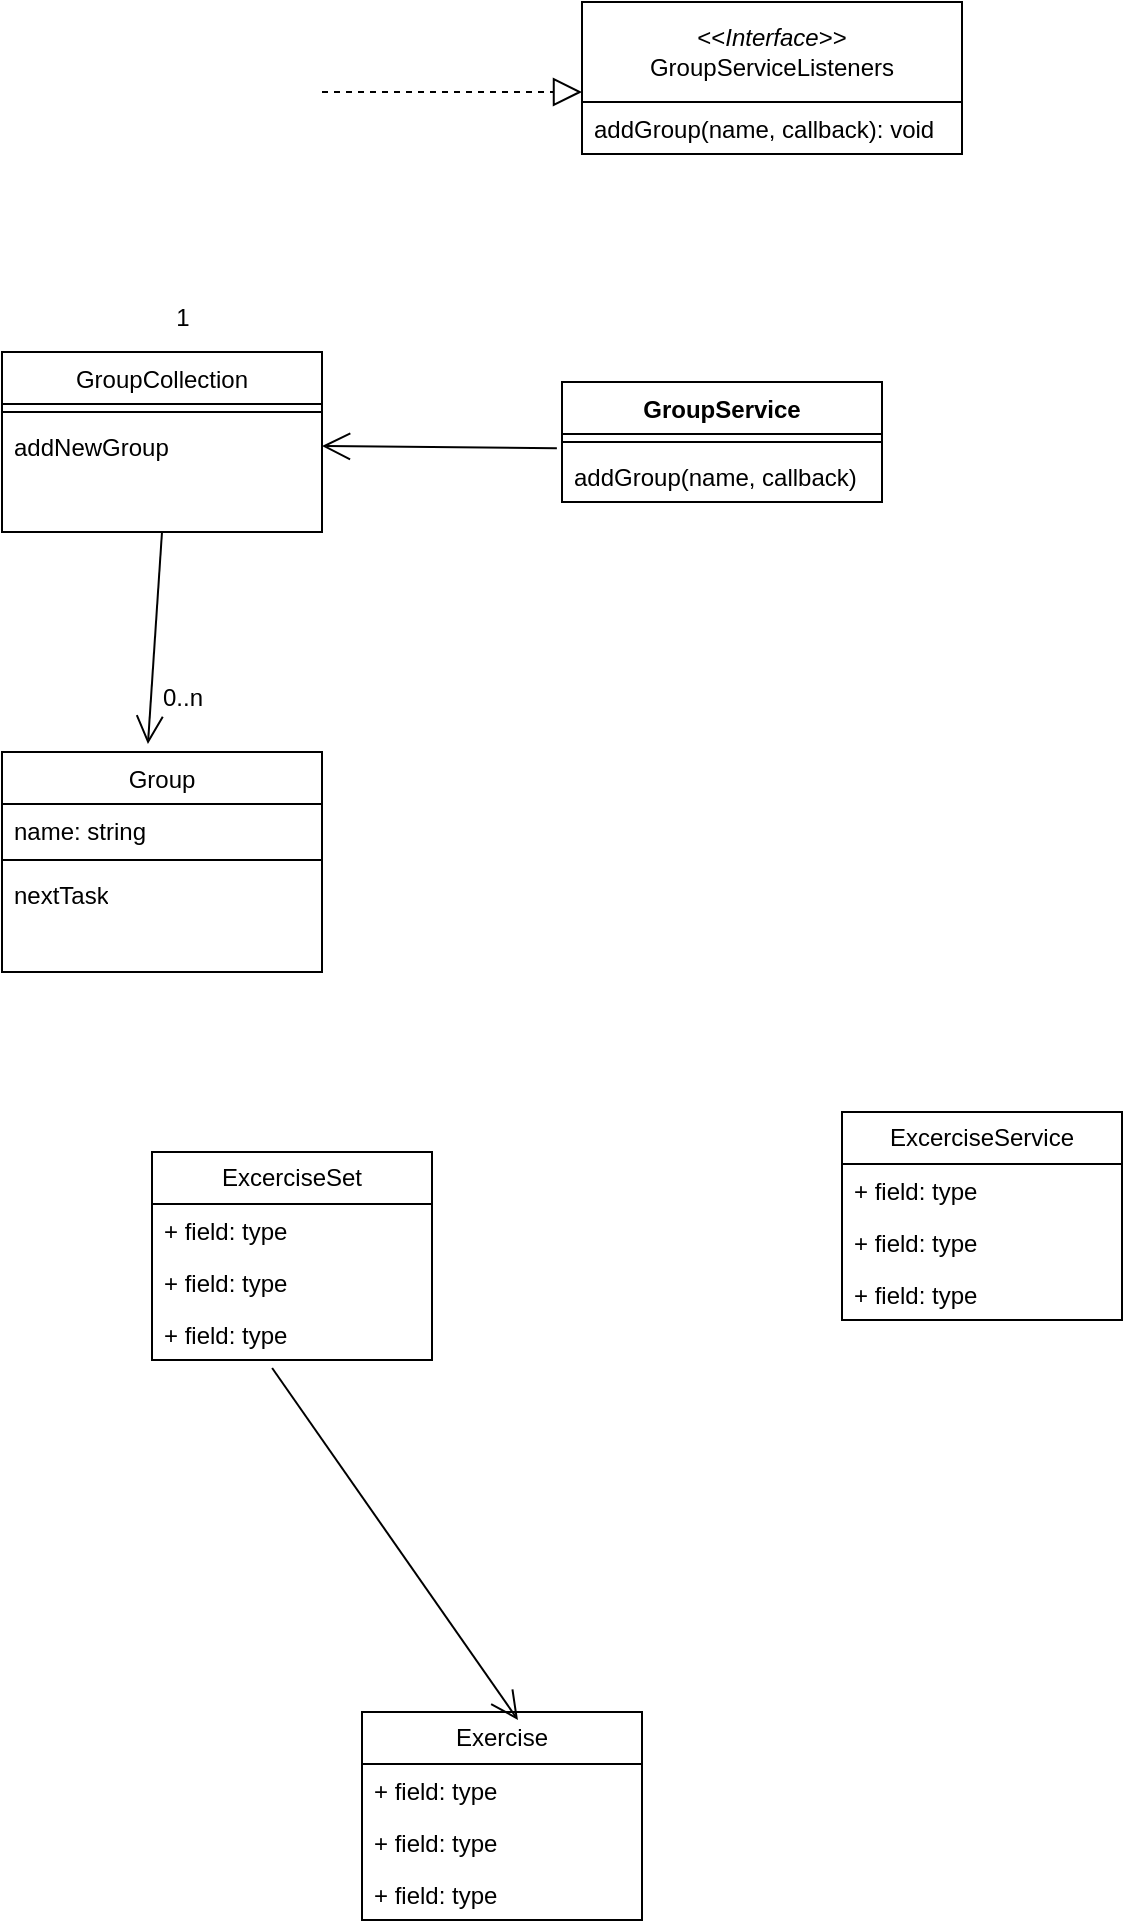
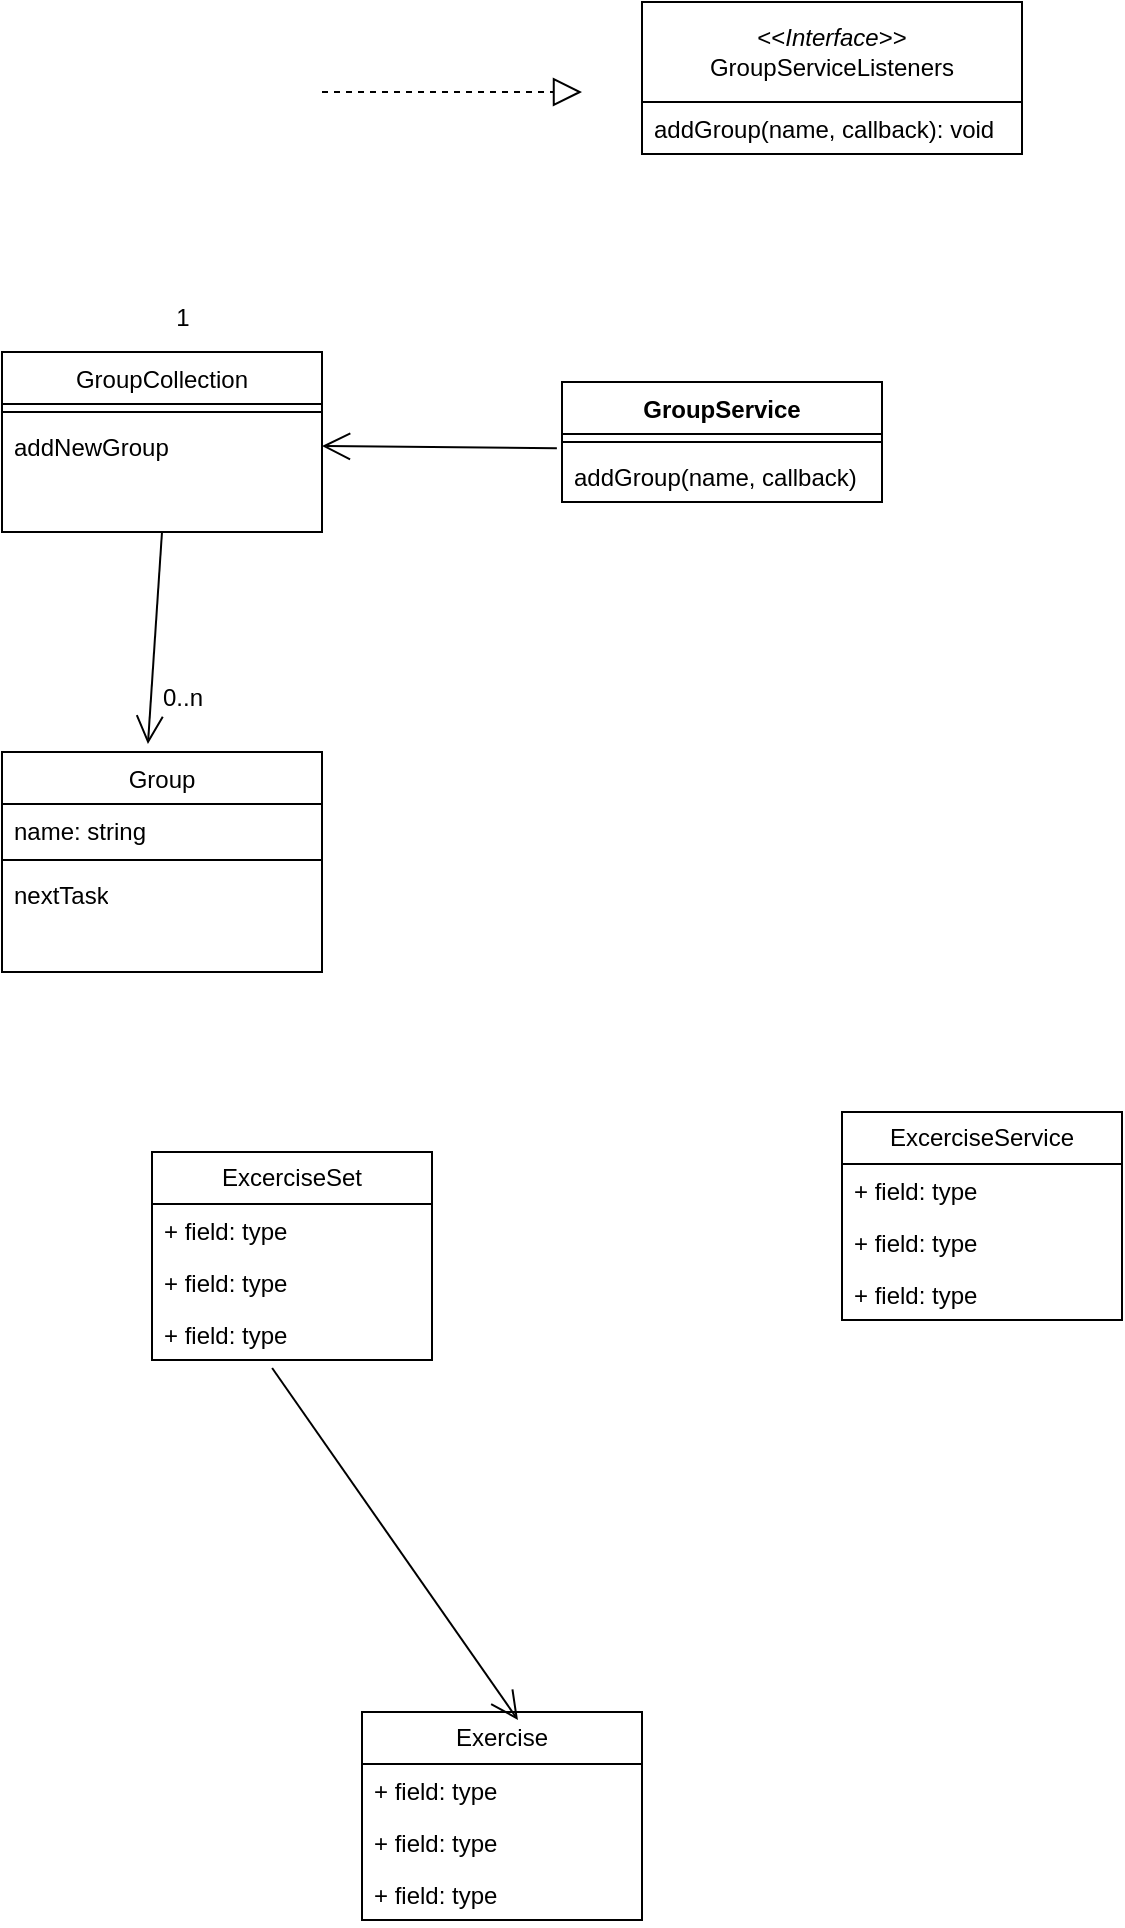
<mxfile host="app.diagrams.net" agent="Mozilla/5.0 (Windows NT 10.0; Win64; x64; rv:133.0) Gecko/20100101 Firefox/133.0" version="25.0.3">
  <diagram id="C5RBs43oDa-KdzZeNtuy" name="Page-1">
    <mxGraphModel dx="1134" dy="659" grid="1" gridSize="10" guides="1" tooltips="1" connect="1" arrows="1" fold="1" page="1" pageScale="1" pageWidth="827" pageHeight="1169" math="0" shadow="0">
      <root>
        <mxCell id="WIyWlLk6GJQsqaUBKTNV-0" />
        <mxCell id="WIyWlLk6GJQsqaUBKTNV-1" parent="WIyWlLk6GJQsqaUBKTNV-0" />
        <mxCell id="zkfFHV4jXpPFQw0GAbJ--6" value="GroupCollection" style="swimlane;fontStyle=0;align=center;verticalAlign=top;childLayout=stackLayout;horizontal=1;startSize=26;horizontalStack=0;resizeParent=1;resizeLast=0;collapsible=1;marginBottom=0;rounded=0;shadow=0;strokeWidth=1;" parent="WIyWlLk6GJQsqaUBKTNV-1" vertex="1">
          <mxGeometry x="80" y="220" width="160" height="90" as="geometry">
            <mxRectangle x="130" y="380" width="160" height="26" as="alternateBounds" />
          </mxGeometry>
        </mxCell>
        <mxCell id="zkfFHV4jXpPFQw0GAbJ--9" value="" style="line;html=1;strokeWidth=1;align=left;verticalAlign=middle;spacingTop=-1;spacingLeft=3;spacingRight=3;rotatable=0;labelPosition=right;points=[];portConstraint=eastwest;" parent="zkfFHV4jXpPFQw0GAbJ--6" vertex="1">
          <mxGeometry y="26" width="160" height="8" as="geometry" />
        </mxCell>
        <mxCell id="zkfFHV4jXpPFQw0GAbJ--10" value="addNewGroup" style="text;align=left;verticalAlign=top;spacingLeft=4;spacingRight=4;overflow=hidden;rotatable=0;points=[[0,0.5],[1,0.5]];portConstraint=eastwest;fontStyle=0" parent="zkfFHV4jXpPFQw0GAbJ--6" vertex="1">
          <mxGeometry y="34" width="160" height="26" as="geometry" />
        </mxCell>
        <mxCell id="zkfFHV4jXpPFQw0GAbJ--13" value="Group" style="swimlane;fontStyle=0;align=center;verticalAlign=top;childLayout=stackLayout;horizontal=1;startSize=26;horizontalStack=0;resizeParent=1;resizeLast=0;collapsible=1;marginBottom=0;rounded=0;shadow=0;strokeWidth=1;" parent="WIyWlLk6GJQsqaUBKTNV-1" vertex="1">
          <mxGeometry x="80" y="420" width="160" height="110" as="geometry">
            <mxRectangle x="340" y="380" width="170" height="26" as="alternateBounds" />
          </mxGeometry>
        </mxCell>
        <mxCell id="zkfFHV4jXpPFQw0GAbJ--14" value="name: string" style="text;align=left;verticalAlign=top;spacingLeft=4;spacingRight=4;overflow=hidden;rotatable=0;points=[[0,0.5],[1,0.5]];portConstraint=eastwest;" parent="zkfFHV4jXpPFQw0GAbJ--13" vertex="1">
          <mxGeometry y="26" width="160" height="24" as="geometry" />
        </mxCell>
        <mxCell id="zkfFHV4jXpPFQw0GAbJ--15" value="" style="line;html=1;strokeWidth=1;align=left;verticalAlign=middle;spacingTop=-1;spacingLeft=3;spacingRight=3;rotatable=0;labelPosition=right;points=[];portConstraint=eastwest;" parent="zkfFHV4jXpPFQw0GAbJ--13" vertex="1">
          <mxGeometry y="50" width="160" height="8" as="geometry" />
        </mxCell>
        <mxCell id="2PPdx7-YqYG3QhNQI_HN-9" value="nextTask" style="text;strokeColor=none;fillColor=none;align=left;verticalAlign=top;spacingLeft=4;spacingRight=4;overflow=hidden;rotatable=0;points=[[0,0.5],[1,0.5]];portConstraint=eastwest;whiteSpace=wrap;html=1;" parent="zkfFHV4jXpPFQw0GAbJ--13" vertex="1">
          <mxGeometry y="58" width="160" height="26" as="geometry" />
        </mxCell>
        <mxCell id="2PPdx7-YqYG3QhNQI_HN-14" value="GroupService" style="swimlane;fontStyle=1;align=center;verticalAlign=top;childLayout=stackLayout;horizontal=1;startSize=26;horizontalStack=0;resizeParent=1;resizeParentMax=0;resizeLast=0;collapsible=1;marginBottom=0;whiteSpace=wrap;html=1;" parent="WIyWlLk6GJQsqaUBKTNV-1" vertex="1">
          <mxGeometry x="360" y="235" width="160" height="60" as="geometry" />
        </mxCell>
        <mxCell id="2PPdx7-YqYG3QhNQI_HN-16" value="" style="line;strokeWidth=1;fillColor=none;align=left;verticalAlign=middle;spacingTop=-1;spacingLeft=3;spacingRight=3;rotatable=0;labelPosition=right;points=[];portConstraint=eastwest;strokeColor=inherit;" parent="2PPdx7-YqYG3QhNQI_HN-14" vertex="1">
          <mxGeometry y="26" width="160" height="8" as="geometry" />
        </mxCell>
        <mxCell id="2PPdx7-YqYG3QhNQI_HN-17" value="addGroup(name, callback)" style="text;strokeColor=none;fillColor=none;align=left;verticalAlign=top;spacingLeft=4;spacingRight=4;overflow=hidden;rotatable=0;points=[[0,0.5],[1,0.5]];portConstraint=eastwest;whiteSpace=wrap;html=1;" parent="2PPdx7-YqYG3QhNQI_HN-14" vertex="1">
          <mxGeometry y="34" width="160" height="26" as="geometry" />
        </mxCell>
        <mxCell id="2PPdx7-YqYG3QhNQI_HN-24" value="&lt;div&gt;&amp;lt;&amp;lt;&lt;i&gt;Interface&lt;/i&gt;&amp;gt;&amp;gt;&lt;br&gt;&lt;/div&gt;&lt;div&gt;GroupServiceListeners&lt;/div&gt;" style="swimlane;fontStyle=0;childLayout=stackLayout;horizontal=1;startSize=50;fillColor=none;horizontalStack=0;resizeParent=1;resizeParentMax=0;resizeLast=0;collapsible=1;marginBottom=0;whiteSpace=wrap;html=1;" parent="WIyWlLk6GJQsqaUBKTNV-1" vertex="1">
-           <mxGeometry x="370" y="45" width="190" height="76" as="geometry" />
+           <mxGeometry x="400" y="45" width="190" height="76" as="geometry" />
        </mxCell>
        <mxCell id="2PPdx7-YqYG3QhNQI_HN-28" value="addGroup(name, callback): void" style="text;strokeColor=none;fillColor=none;align=left;verticalAlign=top;spacingLeft=4;spacingRight=4;overflow=hidden;rotatable=0;points=[[0,0.5],[1,0.5]];portConstraint=eastwest;whiteSpace=wrap;html=1;" parent="2PPdx7-YqYG3QhNQI_HN-24" vertex="1">
          <mxGeometry y="50" width="190" height="26" as="geometry" />
        </mxCell>
        <mxCell id="2PPdx7-YqYG3QhNQI_HN-29" value="" style="endArrow=block;dashed=1;endFill=0;endSize=12;html=1;rounded=0;" parent="WIyWlLk6GJQsqaUBKTNV-1" edge="1">
          <mxGeometry width="160" relative="1" as="geometry">
            <mxPoint x="240" y="90" as="sourcePoint" />
            <mxPoint x="370" y="90" as="targetPoint" />
          </mxGeometry>
        </mxCell>
        <mxCell id="V3XAilx2oiw2KiiHJ0iP-2" value="1" style="text;html=1;align=center;verticalAlign=middle;resizable=0;points=[];autosize=1;strokeColor=none;fillColor=none;" vertex="1" parent="WIyWlLk6GJQsqaUBKTNV-1">
          <mxGeometry x="155" y="188" width="30" height="30" as="geometry" />
        </mxCell>
        <mxCell id="V3XAilx2oiw2KiiHJ0iP-3" value="" style="endArrow=open;endFill=1;endSize=12;html=1;rounded=0;exitX=0.5;exitY=1;exitDx=0;exitDy=0;entryX=0.456;entryY=-0.036;entryDx=0;entryDy=0;entryPerimeter=0;" edge="1" parent="WIyWlLk6GJQsqaUBKTNV-1" source="zkfFHV4jXpPFQw0GAbJ--6" target="zkfFHV4jXpPFQw0GAbJ--13">
          <mxGeometry width="160" relative="1" as="geometry">
            <mxPoint x="330" y="250" as="sourcePoint" />
            <mxPoint x="490" y="250" as="targetPoint" />
          </mxGeometry>
        </mxCell>
        <mxCell id="V3XAilx2oiw2KiiHJ0iP-6" value="0..n" style="text;html=1;align=center;verticalAlign=middle;resizable=0;points=[];autosize=1;strokeColor=none;fillColor=none;" vertex="1" parent="WIyWlLk6GJQsqaUBKTNV-1">
          <mxGeometry x="150" y="378" width="40" height="30" as="geometry" />
        </mxCell>
        <mxCell id="V3XAilx2oiw2KiiHJ0iP-8" value="ExcerciseSet" style="swimlane;fontStyle=0;childLayout=stackLayout;horizontal=1;startSize=26;fillColor=none;horizontalStack=0;resizeParent=1;resizeParentMax=0;resizeLast=0;collapsible=1;marginBottom=0;whiteSpace=wrap;html=1;" vertex="1" parent="WIyWlLk6GJQsqaUBKTNV-1">
          <mxGeometry x="155" y="620" width="140" height="104" as="geometry" />
        </mxCell>
        <mxCell id="V3XAilx2oiw2KiiHJ0iP-9" value="+ field: type" style="text;strokeColor=none;fillColor=none;align=left;verticalAlign=top;spacingLeft=4;spacingRight=4;overflow=hidden;rotatable=0;points=[[0,0.5],[1,0.5]];portConstraint=eastwest;whiteSpace=wrap;html=1;" vertex="1" parent="V3XAilx2oiw2KiiHJ0iP-8">
          <mxGeometry y="26" width="140" height="26" as="geometry" />
        </mxCell>
        <mxCell id="V3XAilx2oiw2KiiHJ0iP-10" value="+ field: type" style="text;strokeColor=none;fillColor=none;align=left;verticalAlign=top;spacingLeft=4;spacingRight=4;overflow=hidden;rotatable=0;points=[[0,0.5],[1,0.5]];portConstraint=eastwest;whiteSpace=wrap;html=1;" vertex="1" parent="V3XAilx2oiw2KiiHJ0iP-8">
          <mxGeometry y="52" width="140" height="26" as="geometry" />
        </mxCell>
        <mxCell id="V3XAilx2oiw2KiiHJ0iP-11" value="+ field: type" style="text;strokeColor=none;fillColor=none;align=left;verticalAlign=top;spacingLeft=4;spacingRight=4;overflow=hidden;rotatable=0;points=[[0,0.5],[1,0.5]];portConstraint=eastwest;whiteSpace=wrap;html=1;" vertex="1" parent="V3XAilx2oiw2KiiHJ0iP-8">
          <mxGeometry y="78" width="140" height="26" as="geometry" />
        </mxCell>
        <mxCell id="V3XAilx2oiw2KiiHJ0iP-12" value="Exercise" style="swimlane;fontStyle=0;childLayout=stackLayout;horizontal=1;startSize=26;fillColor=none;horizontalStack=0;resizeParent=1;resizeParentMax=0;resizeLast=0;collapsible=1;marginBottom=0;whiteSpace=wrap;html=1;" vertex="1" parent="WIyWlLk6GJQsqaUBKTNV-1">
          <mxGeometry x="260" y="900" width="140" height="104" as="geometry" />
        </mxCell>
        <mxCell id="V3XAilx2oiw2KiiHJ0iP-13" value="+ field: type" style="text;strokeColor=none;fillColor=none;align=left;verticalAlign=top;spacingLeft=4;spacingRight=4;overflow=hidden;rotatable=0;points=[[0,0.5],[1,0.5]];portConstraint=eastwest;whiteSpace=wrap;html=1;" vertex="1" parent="V3XAilx2oiw2KiiHJ0iP-12">
          <mxGeometry y="26" width="140" height="26" as="geometry" />
        </mxCell>
        <mxCell id="V3XAilx2oiw2KiiHJ0iP-14" value="+ field: type" style="text;strokeColor=none;fillColor=none;align=left;verticalAlign=top;spacingLeft=4;spacingRight=4;overflow=hidden;rotatable=0;points=[[0,0.5],[1,0.5]];portConstraint=eastwest;whiteSpace=wrap;html=1;" vertex="1" parent="V3XAilx2oiw2KiiHJ0iP-12">
          <mxGeometry y="52" width="140" height="26" as="geometry" />
        </mxCell>
        <mxCell id="V3XAilx2oiw2KiiHJ0iP-15" value="+ field: type" style="text;strokeColor=none;fillColor=none;align=left;verticalAlign=top;spacingLeft=4;spacingRight=4;overflow=hidden;rotatable=0;points=[[0,0.5],[1,0.5]];portConstraint=eastwest;whiteSpace=wrap;html=1;" vertex="1" parent="V3XAilx2oiw2KiiHJ0iP-12">
          <mxGeometry y="78" width="140" height="26" as="geometry" />
        </mxCell>
        <mxCell id="V3XAilx2oiw2KiiHJ0iP-17" value="" style="endArrow=open;endFill=1;endSize=12;html=1;rounded=0;exitX=0.429;exitY=1.154;exitDx=0;exitDy=0;exitPerimeter=0;entryX=0.557;entryY=0.038;entryDx=0;entryDy=0;entryPerimeter=0;" edge="1" parent="WIyWlLk6GJQsqaUBKTNV-1" source="V3XAilx2oiw2KiiHJ0iP-11" target="V3XAilx2oiw2KiiHJ0iP-12">
          <mxGeometry width="160" relative="1" as="geometry">
            <mxPoint x="440" y="800" as="sourcePoint" />
            <mxPoint x="600" y="800" as="targetPoint" />
          </mxGeometry>
        </mxCell>
        <mxCell id="V3XAilx2oiw2KiiHJ0iP-18" value="ExcerciseService" style="swimlane;fontStyle=0;childLayout=stackLayout;horizontal=1;startSize=26;fillColor=none;horizontalStack=0;resizeParent=1;resizeParentMax=0;resizeLast=0;collapsible=1;marginBottom=0;whiteSpace=wrap;html=1;" vertex="1" parent="WIyWlLk6GJQsqaUBKTNV-1">
          <mxGeometry x="500" y="600" width="140" height="104" as="geometry" />
        </mxCell>
        <mxCell id="V3XAilx2oiw2KiiHJ0iP-19" value="+ field: type" style="text;strokeColor=none;fillColor=none;align=left;verticalAlign=top;spacingLeft=4;spacingRight=4;overflow=hidden;rotatable=0;points=[[0,0.5],[1,0.5]];portConstraint=eastwest;whiteSpace=wrap;html=1;" vertex="1" parent="V3XAilx2oiw2KiiHJ0iP-18">
          <mxGeometry y="26" width="140" height="26" as="geometry" />
        </mxCell>
        <mxCell id="V3XAilx2oiw2KiiHJ0iP-20" value="+ field: type" style="text;strokeColor=none;fillColor=none;align=left;verticalAlign=top;spacingLeft=4;spacingRight=4;overflow=hidden;rotatable=0;points=[[0,0.5],[1,0.5]];portConstraint=eastwest;whiteSpace=wrap;html=1;" vertex="1" parent="V3XAilx2oiw2KiiHJ0iP-18">
          <mxGeometry y="52" width="140" height="26" as="geometry" />
        </mxCell>
        <mxCell id="V3XAilx2oiw2KiiHJ0iP-21" value="+ field: type" style="text;strokeColor=none;fillColor=none;align=left;verticalAlign=top;spacingLeft=4;spacingRight=4;overflow=hidden;rotatable=0;points=[[0,0.5],[1,0.5]];portConstraint=eastwest;whiteSpace=wrap;html=1;" vertex="1" parent="V3XAilx2oiw2KiiHJ0iP-18">
          <mxGeometry y="78" width="140" height="26" as="geometry" />
        </mxCell>
        <mxCell id="V3XAilx2oiw2KiiHJ0iP-23" value="" style="endArrow=open;endFill=1;endSize=12;html=1;rounded=0;entryX=1;entryY=0.5;entryDx=0;entryDy=0;exitX=-0.016;exitY=-0.033;exitDx=0;exitDy=0;exitPerimeter=0;" edge="1" parent="WIyWlLk6GJQsqaUBKTNV-1" source="2PPdx7-YqYG3QhNQI_HN-17" target="zkfFHV4jXpPFQw0GAbJ--10">
          <mxGeometry width="160" relative="1" as="geometry">
            <mxPoint x="334" y="268" as="sourcePoint" />
            <mxPoint x="284" y="378" as="targetPoint" />
          </mxGeometry>
        </mxCell>
      </root>
    </mxGraphModel>
  </diagram>
</mxfile>
